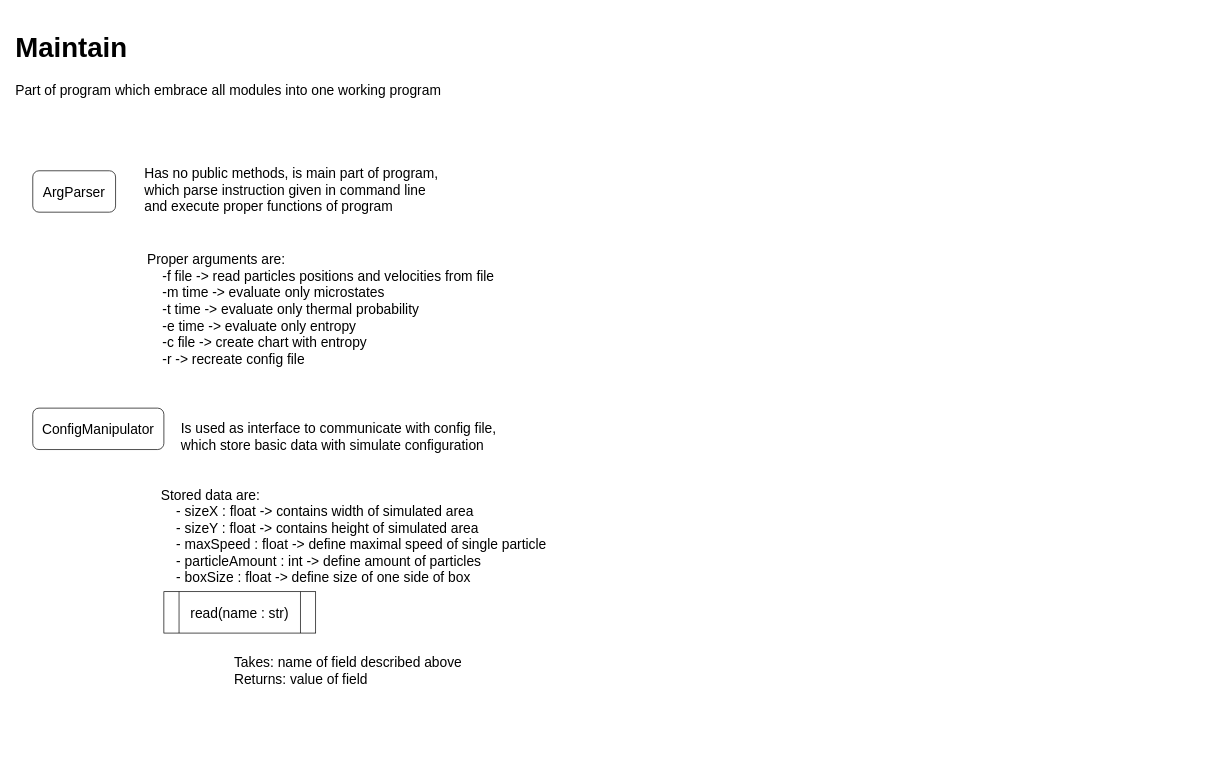
drifftingcanoncuddle/szawiola-zadanie keeps this draw.io diagram as page "Maintain" (2 of 4) of idea/class.drawio. Above is the earlier version. Source tidied: cells renumbered, new cells numbered last; positions are measured from the earlier drawing's top-left corner, leaving out a move shared by most shapes. Both pictures are drawn from the tidied source at 69%, with x=0, y=0 at pixel (12, 19).
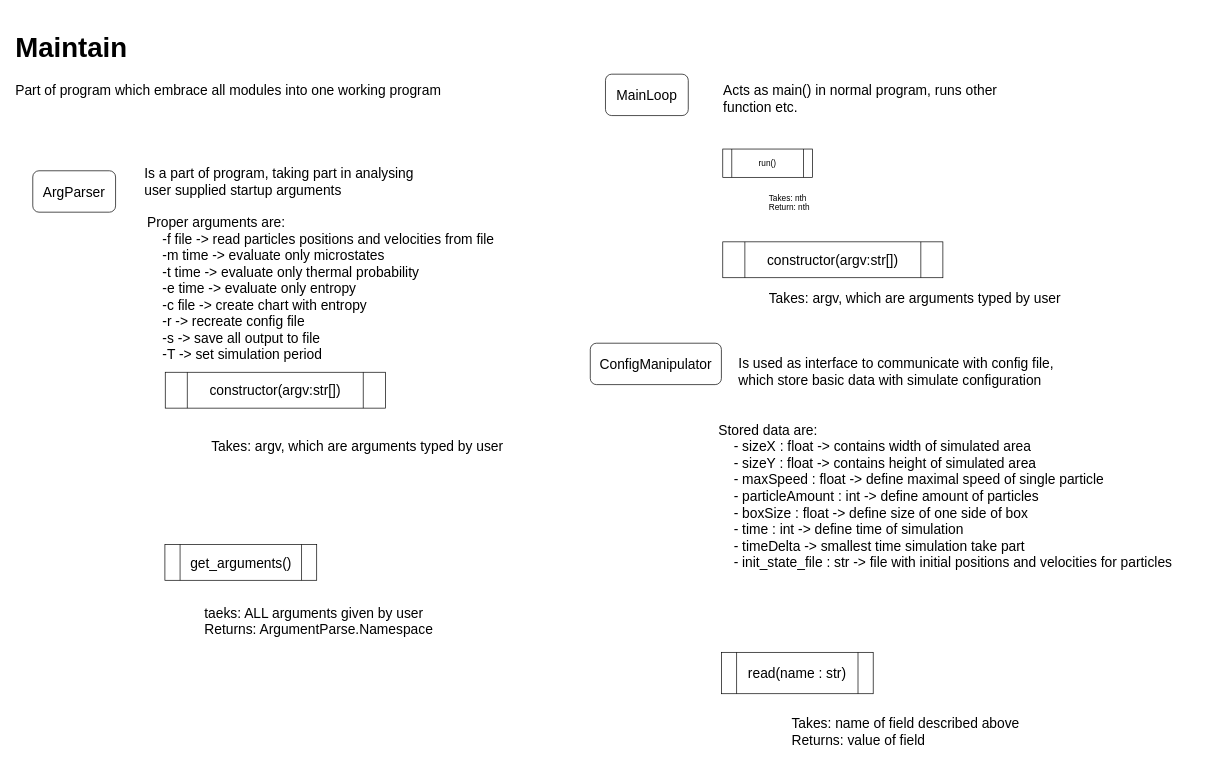
After the change.

Change to the diagram source:
```diff
@@
-    <mxCell id="4" value="&lt;div&gt;Has no public methods, is main part of program,&lt;/div&gt;&lt;div&gt; which parse instruction given in command line&lt;/div&gt;&lt;div&gt; and execute proper functions of program&lt;/div&gt;" style="text;html=1;align=left;verticalAlign=top;spacingTop=-4;fontSize=20;" parent="1" vertex="1">
-      <mxGeometry x="190" y="209" width="440" height="70" as="geometry" />
+    <mxCell id="4" value="&lt;div&gt;Is a part of program, taking part in analysing&lt;/div&gt;&lt;div&gt; user supplied startup arguments&lt;/div&gt;&lt;div&gt;&lt;br&gt;&lt;/div&gt;" style="text;html=1;align=left;verticalAlign=top;spacingTop=-4;fontSize=20;" parent="1" vertex="1">
+      <mxGeometry x="190" y="209" width="420" height="70" as="geometry" />
     </mxCell>
-    <mxCell id="5" value="&lt;div&gt;Proper arguments are:&lt;/div&gt;&lt;div&gt;&amp;nbsp;&amp;nbsp;&amp;nbsp; -f file -&amp;gt; read particles positions and velocities from file&lt;/div&gt;&lt;div&gt;&amp;nbsp;&amp;nbsp;&amp;nbsp; -m time -&amp;gt; evaluate only microstates&lt;/div&gt;&lt;div&gt;&amp;nbsp;&amp;nbsp;&amp;nbsp; -t time -&amp;gt; evaluate only thermal probability&lt;/div&gt;&lt;div&gt;&amp;nbsp;&amp;nbsp;&amp;nbsp; -e time -&amp;gt; evaluate only entropy&lt;/div&gt;&lt;div&gt;&amp;nbsp;&amp;nbsp;&amp;nbsp; -c file -&amp;gt; create chart with entropy&lt;/div&gt;&lt;div&gt;&amp;nbsp;&amp;nbsp;&amp;nbsp; -r -&amp;gt; recreate config file&lt;br&gt;&lt;/div&gt;&lt;div&gt;&lt;br&gt;&lt;/div&gt;" style="text;html=1;align=left;verticalAlign=top;spacingTop=-4;fontSize=20;" parent="1" vertex="1">
-      <mxGeometry x="194" y="334" width="520" height="190" as="geometry" />
+    <mxCell id="5" value="&lt;div&gt;Proper arguments are:&lt;/div&gt;&lt;div&gt;&amp;nbsp;&amp;nbsp;&amp;nbsp; -f file -&amp;gt; read particles positions and velocities from file&lt;/div&gt;&lt;div&gt;&amp;nbsp;&amp;nbsp;&amp;nbsp; -m time -&amp;gt; evaluate only microstates&lt;/div&gt;&lt;div&gt;&amp;nbsp;&amp;nbsp;&amp;nbsp; -t time -&amp;gt; evaluate only thermal probability&lt;/div&gt;&lt;div&gt;&amp;nbsp;&amp;nbsp;&amp;nbsp; -e time -&amp;gt; evaluate only entropy&lt;/div&gt;&lt;div&gt;&amp;nbsp;&amp;nbsp;&amp;nbsp; -c file -&amp;gt; create chart with entropy&lt;/div&gt;&lt;div&gt;&amp;nbsp;&amp;nbsp;&amp;nbsp; -r -&amp;gt; recreate config file&lt;/div&gt;&lt;div&gt;&amp;nbsp;&amp;nbsp;&amp;nbsp; -s -&amp;gt; save all output to file&lt;/div&gt;&lt;div&gt;&amp;nbsp;&amp;nbsp;&amp;nbsp; -T -&amp;gt; set simulation period&lt;br&gt;&lt;/div&gt;&lt;div&gt;&lt;br&gt;&lt;/div&gt;" style="text;html=1;align=left;verticalAlign=top;spacingTop=-4;fontSize=20;" parent="1" vertex="1">
+      <mxGeometry x="194" y="280" width="530" height="240" as="geometry" />
     </mxCell>
     <mxCell id="6" value="ConfigManipulator" style="rounded=1;whiteSpace=wrap;html=1;fontSize=20;" parent="1" vertex="1">
-      <mxGeometry x="30" y="564" width="190" height="60" as="geometry" />
+      <mxGeometry x="838" y="469.9" width="190" height="60" as="geometry" />
     </mxCell>
     <mxCell id="7" value="&lt;div&gt;Is used as interface to communicate with config file,&lt;/div&gt;&lt;div&gt;which store basic data with simulate configuration&lt;br&gt;&lt;/div&gt;" style="text;html=1;align=left;verticalAlign=top;spacingTop=-4;fontSize=20;" parent="1" vertex="1">
-      <mxGeometry x="243" y="579" width="470" height="50" as="geometry" />
+      <mxGeometry x="1051" y="484.9" width="470" height="50" as="geometry" />
     </mxCell>
-    <mxCell id="8" value="&lt;div&gt;Stored data are:&lt;/div&gt;&lt;div&gt;&amp;nbsp;&amp;nbsp;&amp;nbsp; - sizeX : float -&amp;gt; contains width of simulated area&lt;/div&gt;&lt;div&gt;&amp;nbsp;&amp;nbsp;&amp;nbsp; - sizeY : float -&amp;gt; contains height of simulated area&lt;/div&gt;&lt;div&gt;&amp;nbsp;&amp;nbsp;&amp;nbsp; - maxSpeed : float -&amp;gt; define maximal speed of single particle&lt;/div&gt;&lt;div&gt;&amp;nbsp;&amp;nbsp;&amp;nbsp; - particleAmount : int -&amp;gt; define amount of particles&lt;/div&gt;&lt;div&gt;&amp;nbsp;&amp;nbsp;&amp;nbsp; - boxSize : float -&amp;gt; define size of one side of box&lt;br&gt;&lt;/div&gt;" style="text;html=1;align=left;verticalAlign=top;spacingTop=-4;fontSize=20;" parent="1" vertex="1">
-      <mxGeometry x="214" y="675" width="580" height="150" as="geometry" />
+    <mxCell id="8" value="&lt;div&gt;Stored data are:&lt;/div&gt;&lt;div&gt;&amp;nbsp;&amp;nbsp;&amp;nbsp; - sizeX : float -&amp;gt; contains width of simulated area&lt;/div&gt;&lt;div&gt;&amp;nbsp;&amp;nbsp;&amp;nbsp; - sizeY : float -&amp;gt; contains height of simulated area&lt;/div&gt;&lt;div&gt;&amp;nbsp;&amp;nbsp;&amp;nbsp; - maxSpeed : float -&amp;gt; define maximal speed of single particle&lt;/div&gt;&lt;div&gt;&amp;nbsp;&amp;nbsp;&amp;nbsp; - particleAmount : int -&amp;gt; define amount of particles&lt;/div&gt;&lt;div&gt;&amp;nbsp;&amp;nbsp;&amp;nbsp; - boxSize : float -&amp;gt; define size of one side of box&lt;/div&gt;&lt;div&gt;&amp;nbsp;&amp;nbsp;&amp;nbsp; - time : int -&amp;gt; define time of simulation&lt;/div&gt;&lt;div&gt;&amp;nbsp;&amp;nbsp;&amp;nbsp; - timeDelta -&amp;gt; smallest time simulation take part&lt;/div&gt;&lt;div&gt;&amp;nbsp;&amp;nbsp;&amp;nbsp; - init_state_file : str -&amp;gt; file with initial positions and velocities for particles&lt;br&gt;&lt;/div&gt;" style="text;html=1;align=left;verticalAlign=top;spacingTop=-4;fontSize=20;" parent="1" vertex="1">
+      <mxGeometry x="1022" y="580.9" width="690" height="220" as="geometry" />
     </mxCell>
     <mxCell id="9" value="read(name : str)" style="shape=process;whiteSpace=wrap;html=1;backgroundOutline=1;fontSize=20;" parent="1" vertex="1">
-      <mxGeometry x="220" y="830" width="220" height="60" as="geometry" />
+      <mxGeometry x="1028" y="917.9" width="220" height="60" as="geometry" />
     </mxCell>
     <mxCell id="10" value="&lt;div&gt;Takes: name of field described above&lt;/div&gt;&lt;div&gt;Returns: value of field&lt;br&gt;&lt;/div&gt;" style="text;html=1;align=left;verticalAlign=top;spacingTop=-4;fontSize=20;" parent="1" vertex="1">
-      <mxGeometry x="320" y="918" width="350" height="50" as="geometry" />
+      <mxGeometry x="1128" y="1005.9" width="350" height="50" as="geometry" />
     </mxCell>
+    <mxCell id="11" value="&lt;div&gt;get_arguments()&lt;/div&gt;" style="shape=process;whiteSpace=wrap;html=1;backgroundOutline=1;fontSize=20;" parent="1" vertex="1">
+      <mxGeometry x="221.5" y="761.5" width="220" height="52" as="geometry" />
+    </mxCell>
+    <mxCell id="12" value="&lt;div&gt;taeks: ALL arguments given by user&lt;/div&gt;&lt;div&gt;Returns: ArgumentParse.Namespace&lt;br&gt;&lt;/div&gt;&lt;div&gt;&lt;br&gt;&lt;/div&gt;" style="text;html=1;align=left;verticalAlign=top;spacingTop=-4;fontSize=20;" parent="1" vertex="1">
+      <mxGeometry x="276.5" y="846" width="350" height="70" as="geometry" />
+    </mxCell>
+    <mxCell id="13" value="&lt;font style=&quot;font-size: 20px&quot;&gt;MainLoop&lt;/font&gt;" style="rounded=1;whiteSpace=wrap;html=1;" parent="1" vertex="1">
+      <mxGeometry x="860" y="80" width="120" height="60" as="geometry" />
+    </mxCell>
+    <mxCell id="14" value="&lt;div align=&quot;left&quot;&gt;&lt;font style=&quot;font-size: 20px&quot;&gt;Acts as main() in normal program, runs other function etc.&lt;/font&gt;&lt;/div&gt;" style="text;html=1;strokeColor=none;fillColor=none;align=center;verticalAlign=middle;whiteSpace=wrap;rounded=0;" parent="1" vertex="1">
+      <mxGeometry x="1030" y="90" width="450" height="50" as="geometry" />
+    </mxCell>
+    <mxCell id="15" value="run()" style="shape=process;whiteSpace=wrap;html=1;backgroundOutline=1;" parent="1" vertex="1">
+      <mxGeometry x="1030" y="188.5" width="130" height="41" as="geometry" />
+    </mxCell>
+    <mxCell id="16" value="&lt;div&gt;Takes: nth&lt;/div&gt;&lt;div&gt;Return: nth&lt;/div&gt;" style="text;html=1;align=left;verticalAlign=top;spacingTop=-4;" parent="1" vertex="1">
+      <mxGeometry x="1095" y="250" width="90" height="30" as="geometry" />
+    </mxCell>
+    <mxCell id="17" value="constructor(argv:str[])" style="shape=process;whiteSpace=wrap;html=1;backgroundOutline=1;fontSize=20;" parent="1" vertex="1">
+      <mxGeometry x="222" y="512" width="319" height="52" as="geometry" />
+    </mxCell>
+    <mxCell id="18" value="constructor(argv:str[])" style="shape=process;whiteSpace=wrap;html=1;backgroundOutline=1;fontSize=20;" parent="1" vertex="1">
+      <mxGeometry x="1030" y="323" width="319" height="52" as="geometry" />
+    </mxCell>
+    <mxCell id="19" value="Takes: argv, which are arguments typed by user" style="text;html=1;align=left;verticalAlign=top;spacingTop=-4;fontSize=20;" parent="1" vertex="1">
+      <mxGeometry x="286.5" y="605" width="450" height="30" as="geometry" />
+    </mxCell>
+    <mxCell id="20" value="Takes: argv, which are arguments typed by user" style="text;html=1;align=left;verticalAlign=top;spacingTop=-4;fontSize=20;" parent="1" vertex="1">
+      <mxGeometry x="1095" y="390" width="450" height="30" as="geometry" />
+    </mxCell>
```
